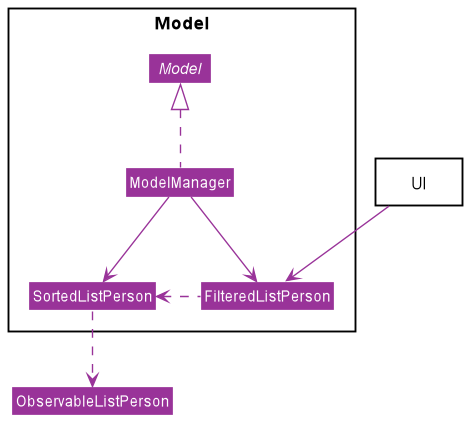
The PlantUML diagram docs/images/SortDiagram.png in nus-cs2103-AY2021S2/tp, before a commit. The source it was exported from:
```plantuml
@startuml
!include style.puml
skinparam classAttributeIconSize 0
skinparam arrowThickness 1.1
skinparam arrowColor CONNECTION_COLOUR
skinparam classBackgroundColor CONNECTION_COLOUR
skinparam classFontColor #white
skinparam classAttributeFontColor #white


package Model <<Rectangle>> {
interface Model
class ModelManager
class FilteredListPerson
class SortedListPerson
}
class ObservableListPerson

package UI <<Rectangle>> {
}

Model <|.. ModelManager
ModelManager --> FilteredListPerson
ModelManager --> SortedListPerson
SortedListPerson <.right. FilteredListPerson
SortedListPerson ..> ObservableListPerson

"UI" --> FilteredListPerson

@enduml
```
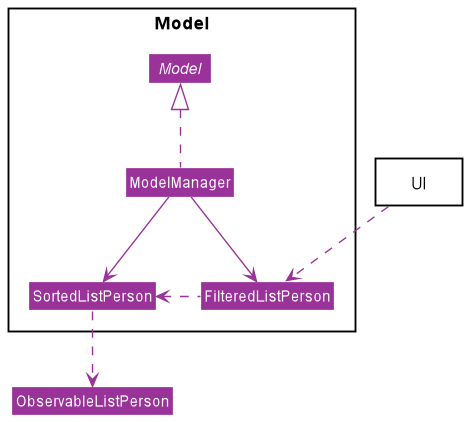
After the change.

Change to the diagram source:
```diff
@@ -25,6 +25,6 @@
 SortedListPerson <.right. FilteredListPerson
 SortedListPerson ..> ObservableListPerson
 
-"UI" --> FilteredListPerson
+"UI" ..> FilteredListPerson
 
 @enduml
```
